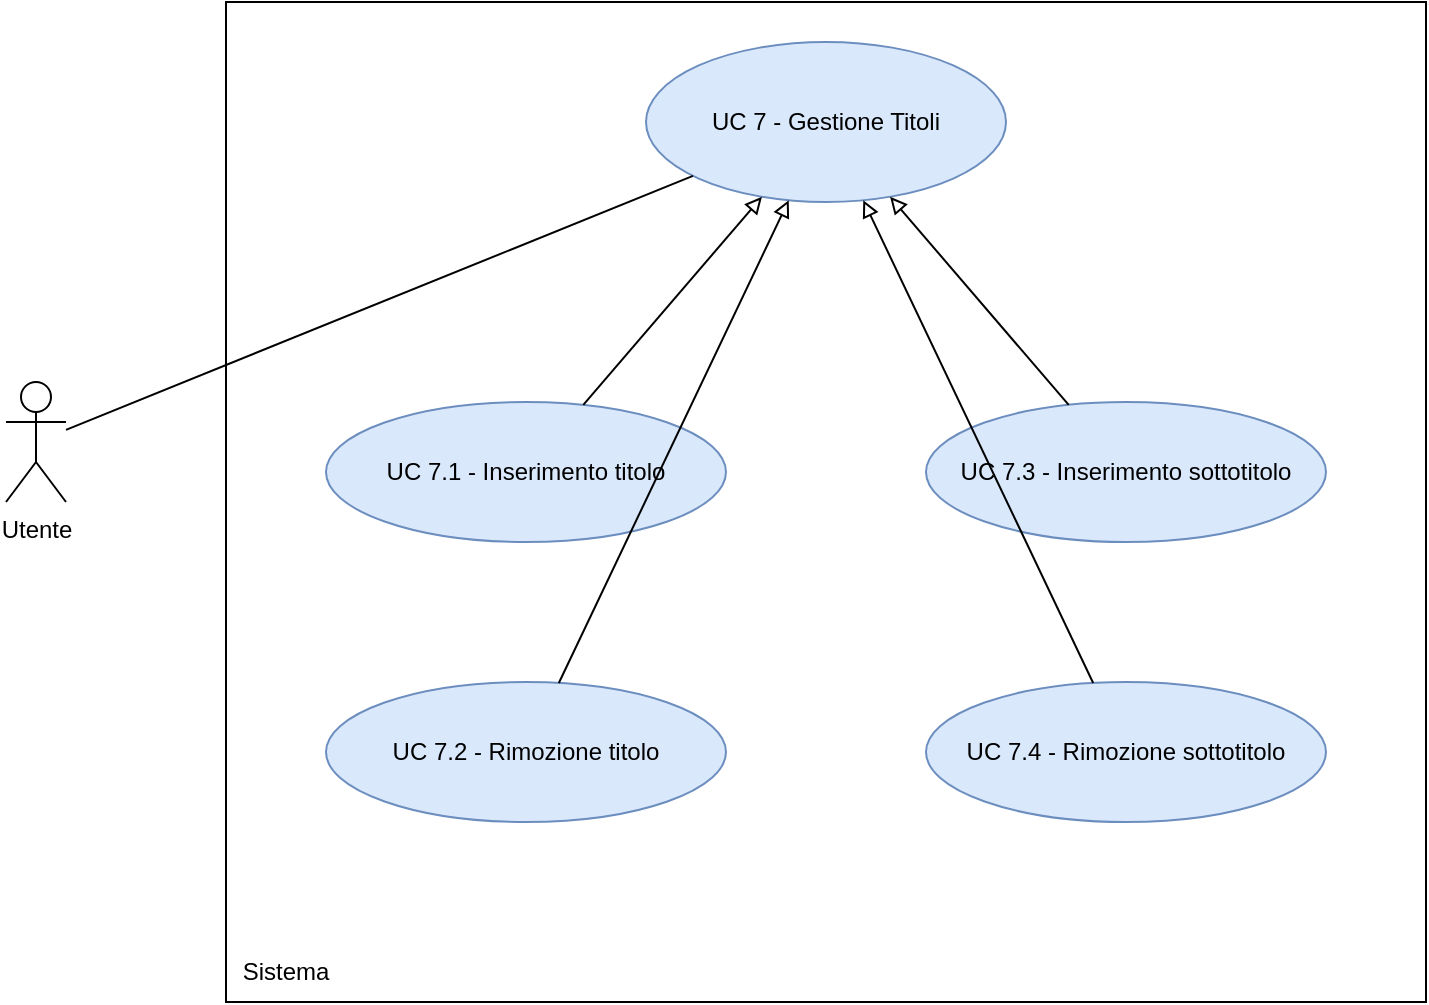
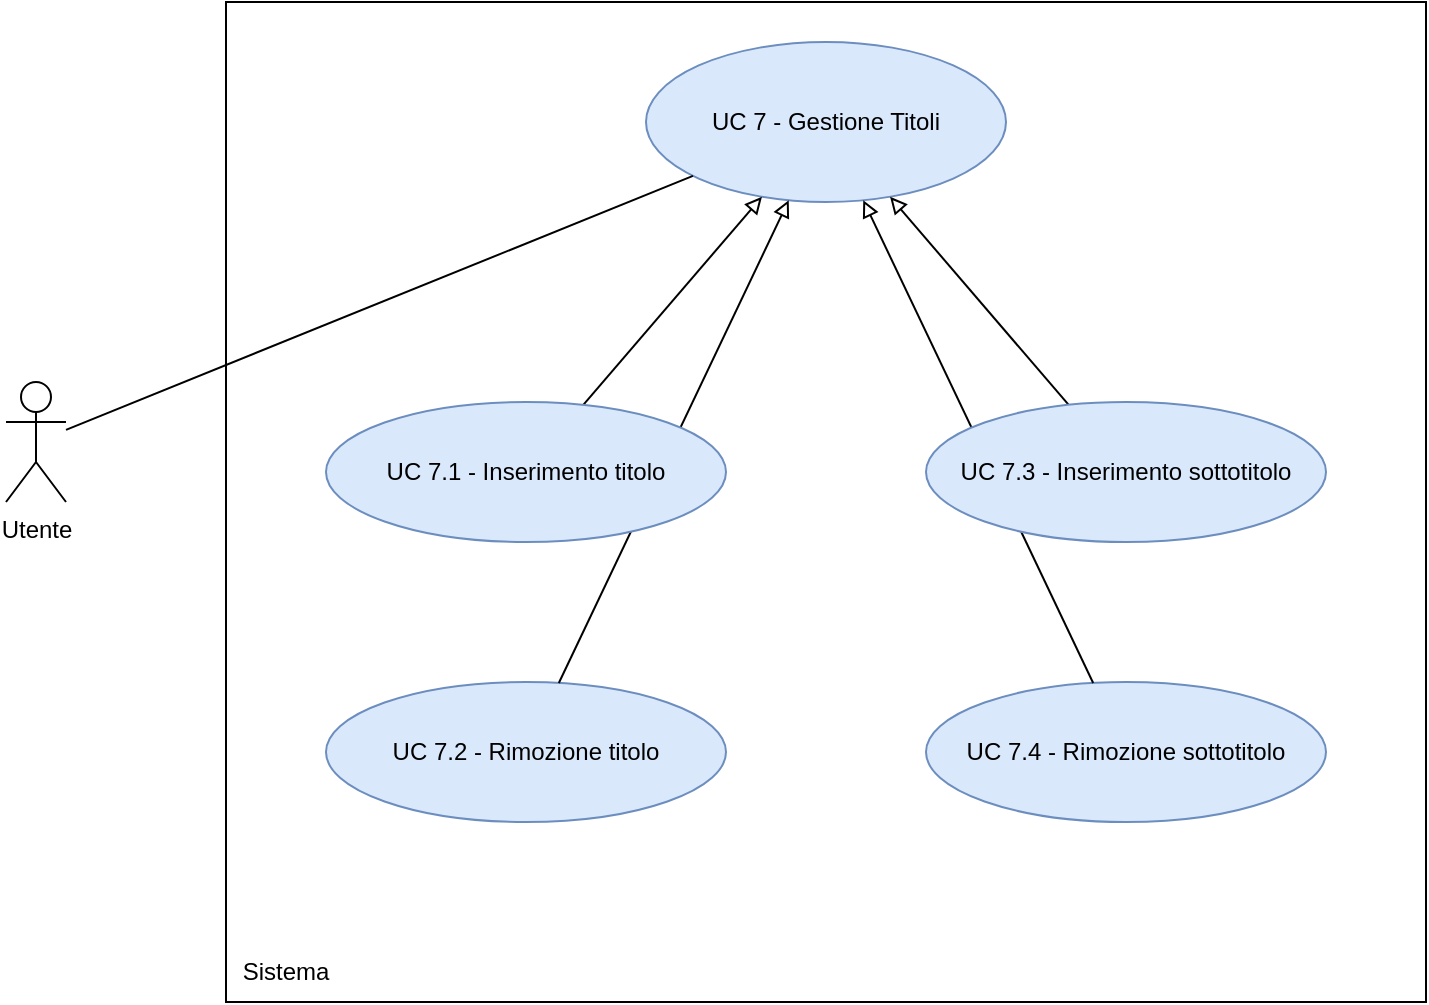
<mxfile host="app.diagrams.net">
  <diagram name="UC 11 - Gestione Codice" id="Kt2Dgr2KxfvWRwyXOeAN">
-     <mxGraphModel dx="1483" dy="1032" grid="1" gridSize="10" guides="1" tooltips="1" connect="1" arrows="1" fold="1" page="1" pageScale="1" pageWidth="850" pageHeight="1100" math="0" shadow="0">
+     <mxGraphModel dx="1634" dy="1032" grid="1" gridSize="10" guides="1" tooltips="1" connect="1" arrows="1" fold="1" page="1" pageScale="1" pageWidth="850" pageHeight="1100" math="0" shadow="0">
      <root>
        <mxCell id="0" />
        <mxCell id="1" parent="0" />
-         <mxCell id="RaLqJGYHGWQkEpiDzxTo-389" parent="1" style="shape=umlActor;verticalLabelPosition=bottom;verticalAlign=top;html=1;outlineConnect=0;" value="Utente" vertex="1">
-           <mxGeometry height="60" width="30" x="60" y="510" as="geometry" />
+         <mxCell id="p2sep0m7qQ60FvVHNfT_-690" parent="1" style="shape=umlActor;verticalLabelPosition=bottom;verticalAlign=top;html=1;outlineConnect=0;" value="Utente" vertex="1">
+           <mxGeometry height="60" width="30" x="40" y="300" as="geometry" />
        </mxCell>
-         <mxCell id="RaLqJGYHGWQkEpiDzxTo-390" parent="1" style="whiteSpace=wrap;html=1;aspect=fixed;" value="" vertex="1">
-           <mxGeometry height="500" width="600" x="170" y="320" as="geometry" />
+         <mxCell id="p2sep0m7qQ60FvVHNfT_-691" parent="1" style="whiteSpace=wrap;html=1;aspect=fixed;" value="" vertex="1">
+           <mxGeometry height="500" width="600" x="150" y="110" as="geometry" />
        </mxCell>
-         <mxCell id="RaLqJGYHGWQkEpiDzxTo-391" parent="1" style="text;html=1;whiteSpace=wrap;strokeColor=none;fillColor=none;align=center;verticalAlign=middle;rounded=0;" value="Sistema" vertex="1">
-           <mxGeometry height="30" width="60" x="170" y="790" as="geometry" />
+         <mxCell id="p2sep0m7qQ60FvVHNfT_-692" parent="1" style="text;html=1;whiteSpace=wrap;strokeColor=none;fillColor=none;align=center;verticalAlign=middle;rounded=0;" value="Sistema" vertex="1">
+           <mxGeometry height="30" width="60" x="150" y="580" as="geometry" />
        </mxCell>
-         <mxCell id="RaLqJGYHGWQkEpiDzxTo-392" parent="1" style="ellipse;whiteSpace=wrap;html=1;fillColor=#dae8fc;strokeColor=#6c8ebf;" value="UC 7 - Gestione Titoli" vertex="1">
-           <mxGeometry height="80" width="180" x="380" y="340" as="geometry" />
+         <mxCell id="p2sep0m7qQ60FvVHNfT_-693" parent="1" style="ellipse;whiteSpace=wrap;html=1;fillColor=#dae8fc;strokeColor=#6c8ebf;" value="UC 7 - Gestione Titoli" vertex="1">
+           <mxGeometry height="80" width="180" x="360" y="130" as="geometry" />
        </mxCell>
-         <mxCell id="RaLqJGYHGWQkEpiDzxTo-393" edge="1" parent="1" source="RaLqJGYHGWQkEpiDzxTo-389" style="edgeStyle=none;rounded=0;orthogonalLoop=1;jettySize=auto;html=1;endArrow=none;endFill=0;" target="RaLqJGYHGWQkEpiDzxTo-392">
+         <mxCell id="p2sep0m7qQ60FvVHNfT_-694" edge="1" parent="1" source="p2sep0m7qQ60FvVHNfT_-690" style="edgeStyle=none;rounded=0;orthogonalLoop=1;jettySize=auto;html=1;endArrow=none;endFill=0;" target="p2sep0m7qQ60FvVHNfT_-693">
          <mxGeometry relative="1" as="geometry" />
        </mxCell>
-         <mxCell id="RaLqJGYHGWQkEpiDzxTo-394" parent="1" style="ellipse;whiteSpace=wrap;html=1;fillColor=#dae8fc;strokeColor=#6c8ebf;" value="UC 7.1 - Inserimento titolo" vertex="1">
-           <mxGeometry height="70" width="200" x="220" y="520" as="geometry" />
-         </mxCell>
-         <mxCell id="RaLqJGYHGWQkEpiDzxTo-395" edge="1" parent="1" source="RaLqJGYHGWQkEpiDzxTo-394" style="edgeStyle=none;rounded=0;orthogonalLoop=1;jettySize=auto;html=1;endArrow=block;endFill=0;" target="RaLqJGYHGWQkEpiDzxTo-392">
+         <mxCell id="p2sep0m7qQ60FvVHNfT_-696" edge="1" parent="1" source="p2sep0m7qQ60FvVHNfT_-695" style="edgeStyle=none;rounded=0;orthogonalLoop=1;jettySize=auto;html=1;endArrow=block;endFill=0;" target="p2sep0m7qQ60FvVHNfT_-693">
          <mxGeometry relative="1" as="geometry" />
        </mxCell>
-         <mxCell id="RaLqJGYHGWQkEpiDzxTo-396" parent="1" style="ellipse;whiteSpace=wrap;html=1;fillColor=#dae8fc;strokeColor=#6c8ebf;" value="UC 7.2 - Rimozione titolo" vertex="1">
-           <mxGeometry height="70" width="200" x="220" y="660" as="geometry" />
+         <mxCell id="p2sep0m7qQ60FvVHNfT_-697" parent="1" style="ellipse;whiteSpace=wrap;html=1;fillColor=#dae8fc;strokeColor=#6c8ebf;" value="UC 7.2 - Rimozione titolo" vertex="1">
+           <mxGeometry height="70" width="200" x="200" y="450" as="geometry" />
        </mxCell>
-         <mxCell id="RaLqJGYHGWQkEpiDzxTo-397" edge="1" parent="1" source="RaLqJGYHGWQkEpiDzxTo-396" style="edgeStyle=none;rounded=0;orthogonalLoop=1;jettySize=auto;html=1;endArrow=block;endFill=0;" target="RaLqJGYHGWQkEpiDzxTo-392">
+         <mxCell id="p2sep0m7qQ60FvVHNfT_-698" edge="1" parent="1" source="p2sep0m7qQ60FvVHNfT_-697" style="edgeStyle=none;rounded=0;orthogonalLoop=1;jettySize=auto;html=1;endArrow=block;endFill=0;" target="p2sep0m7qQ60FvVHNfT_-693">
          <mxGeometry relative="1" as="geometry" />
        </mxCell>
-         <mxCell id="RaLqJGYHGWQkEpiDzxTo-398" parent="1" style="ellipse;whiteSpace=wrap;html=1;fillColor=#dae8fc;strokeColor=#6c8ebf;" value="UC 7.3 - Inserimento sottotitolo" vertex="1">
-           <mxGeometry height="70" width="200" x="520" y="520" as="geometry" />
-         </mxCell>
-         <mxCell id="RaLqJGYHGWQkEpiDzxTo-399" edge="1" parent="1" source="RaLqJGYHGWQkEpiDzxTo-398" style="edgeStyle=none;rounded=0;orthogonalLoop=1;jettySize=auto;html=1;endArrow=block;endFill=0;" target="RaLqJGYHGWQkEpiDzxTo-392">
+         <mxCell id="p2sep0m7qQ60FvVHNfT_-700" edge="1" parent="1" source="p2sep0m7qQ60FvVHNfT_-699" style="edgeStyle=none;rounded=0;orthogonalLoop=1;jettySize=auto;html=1;endArrow=block;endFill=0;" target="p2sep0m7qQ60FvVHNfT_-693">
          <mxGeometry relative="1" as="geometry" />
        </mxCell>
-         <mxCell id="RaLqJGYHGWQkEpiDzxTo-400" parent="1" style="ellipse;whiteSpace=wrap;html=1;fillColor=#dae8fc;strokeColor=#6c8ebf;" value="UC 7.4 - Rimozione sottotitolo" vertex="1">
-           <mxGeometry height="70" width="200" x="520" y="660" as="geometry" />
+         <mxCell id="p2sep0m7qQ60FvVHNfT_-701" parent="1" style="ellipse;whiteSpace=wrap;html=1;fillColor=#dae8fc;strokeColor=#6c8ebf;" value="UC 7.4 - Rimozione sottotitolo" vertex="1">
+           <mxGeometry height="70" width="200" x="500" y="450" as="geometry" />
        </mxCell>
-         <mxCell id="RaLqJGYHGWQkEpiDzxTo-401" edge="1" parent="1" source="RaLqJGYHGWQkEpiDzxTo-400" style="edgeStyle=none;rounded=0;orthogonalLoop=1;jettySize=auto;html=1;endArrow=block;endFill=0;" target="RaLqJGYHGWQkEpiDzxTo-392">
+         <mxCell id="p2sep0m7qQ60FvVHNfT_-702" edge="1" parent="1" source="p2sep0m7qQ60FvVHNfT_-701" style="edgeStyle=none;rounded=0;orthogonalLoop=1;jettySize=auto;html=1;endArrow=block;endFill=0;" target="p2sep0m7qQ60FvVHNfT_-693">
          <mxGeometry relative="1" as="geometry" />
+         </mxCell>
+         <mxCell id="p2sep0m7qQ60FvVHNfT_-695" parent="1" style="ellipse;whiteSpace=wrap;html=1;fillColor=#dae8fc;strokeColor=#6c8ebf;" value="UC 7.1 - Inserimento titolo" vertex="1">
+           <mxGeometry height="70" width="200" x="200" y="310" as="geometry" />
+         </mxCell>
+         <mxCell id="p2sep0m7qQ60FvVHNfT_-699" parent="1" style="ellipse;whiteSpace=wrap;html=1;fillColor=#dae8fc;strokeColor=#6c8ebf;" value="UC 7.3 - Inserimento sottotitolo" vertex="1">
+           <mxGeometry height="70" width="200" x="500" y="310" as="geometry" />
        </mxCell>
      </root>
    </mxGraphModel>
  </diagram>
</mxfile>
